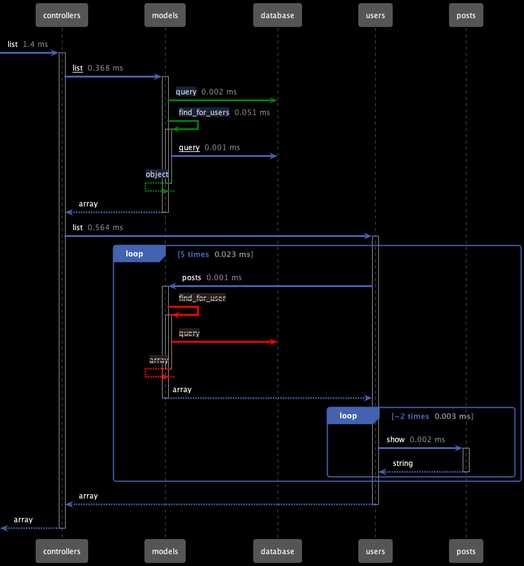
getappmap/appmap-js keeps this PlantUML diagram as packages/sequence-diagram/tests/fixtures/sequenceDiagrams/listVsListWithPrefetch.sequence.png. Above is the earlier version.
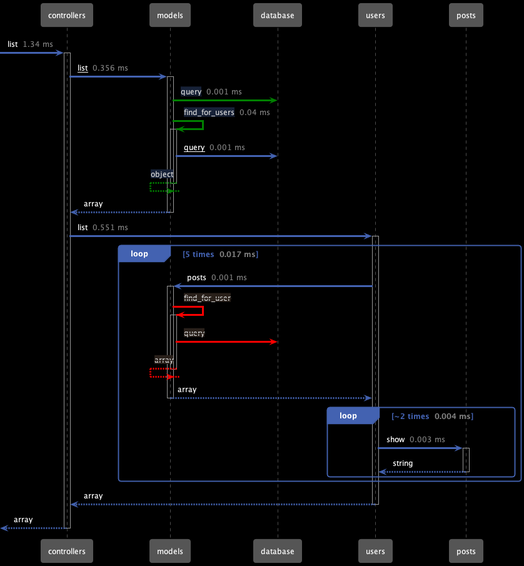
Above is the later version.

The edit, as a diff of the source:
```diff
@@ -5,21 +5,21 @@
 participant database as "database"
 participant users as "users"
 participant posts as "posts"
-  [->controllers: list <color:gray> 1.4 ms</color>
+  [->controllers: list <color:gray> 1.34 ms</color>
   activate controllers
-    controllers->models: <u>list</u> <color:gray> 0.368 ms</color>
+    controllers->models: <u>list</u> <color:gray> 0.356 ms</color>
     activate models
-      models-[#green]>database: <u><color:lightgray><back:#172238>query</back></color></u> <color:gray> 0.002 ms</color>
-      models-[#green]>models: <u><color:lightgray><back:#172238>find_for_users</back></color></u> <color:gray> 0.051 ms</color>
+      models-[#green]>database: <u><color:lightgray><back:#172238>query</back></color></u> <color:gray> 0.001 ms</color>
+      models-[#green]>models: <u><color:lightgray><back:#172238>find_for_users</back></color></u> <color:gray> 0.04 ms</color>
       activate models
         models->database: <u>query</u> <color:gray> 0.001 ms</color>
       models<[#green]--models: <color:lightgray><back:#172238>object</back></color>
       deactivate models
     controllers<--models: array
     deactivate models
-    controllers->users: list <color:gray> 0.564 ms</color>
+    controllers->users: list <color:gray> 0.551 ms</color>
     activate users
-      Loop 5 times <color:gray> 0.023 ms</color>
+      Loop 5 times <color:gray> 0.017 ms</color>
         users->models: posts <color:gray> 0.001 ms</color>
         activate models
           models-[#red]>models: <color:lightgray><back:#29201A>--find_for_user--</back></color>
@@ -29,8 +29,8 @@
           deactivate models
         users<--models: array
         deactivate models
-        Loop ~2 times <color:gray> 0.003 ms</color>
-          users->posts: show <color:gray> 0.002 ms</color>
+        Loop ~2 times <color:gray> 0.004 ms</color>
+          users->posts: show <color:gray> 0.003 ms</color>
           activate posts
           users<--posts: string
           deactivate posts
```
